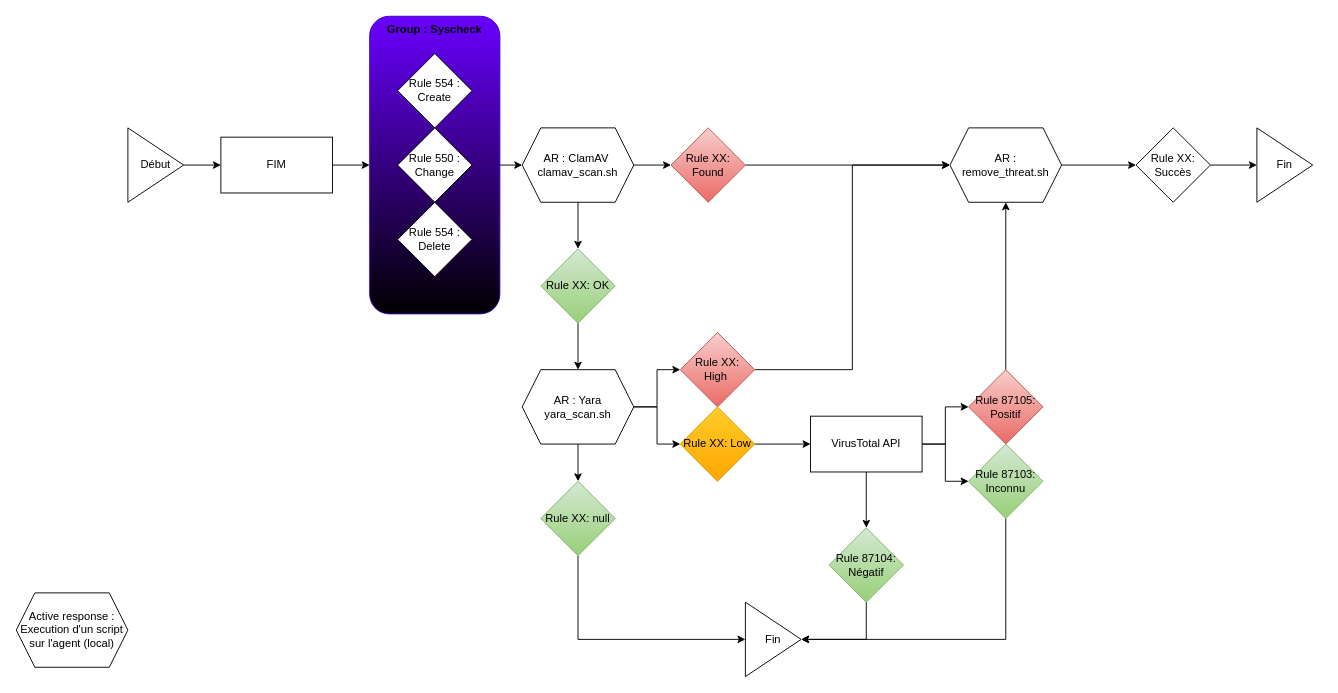
Earlier version of the draw.io diagram Wazuh.drawio (egoMasa/HomeLab). Source tidied: cells renumbered, new cells numbered last; positions are measured from the earlier drawing's top-left corner, leaving out a move shared by most shapes. Both pictures are drawn from the tidied source at 93%, with x=0, y=0 at pixel (16, 16).
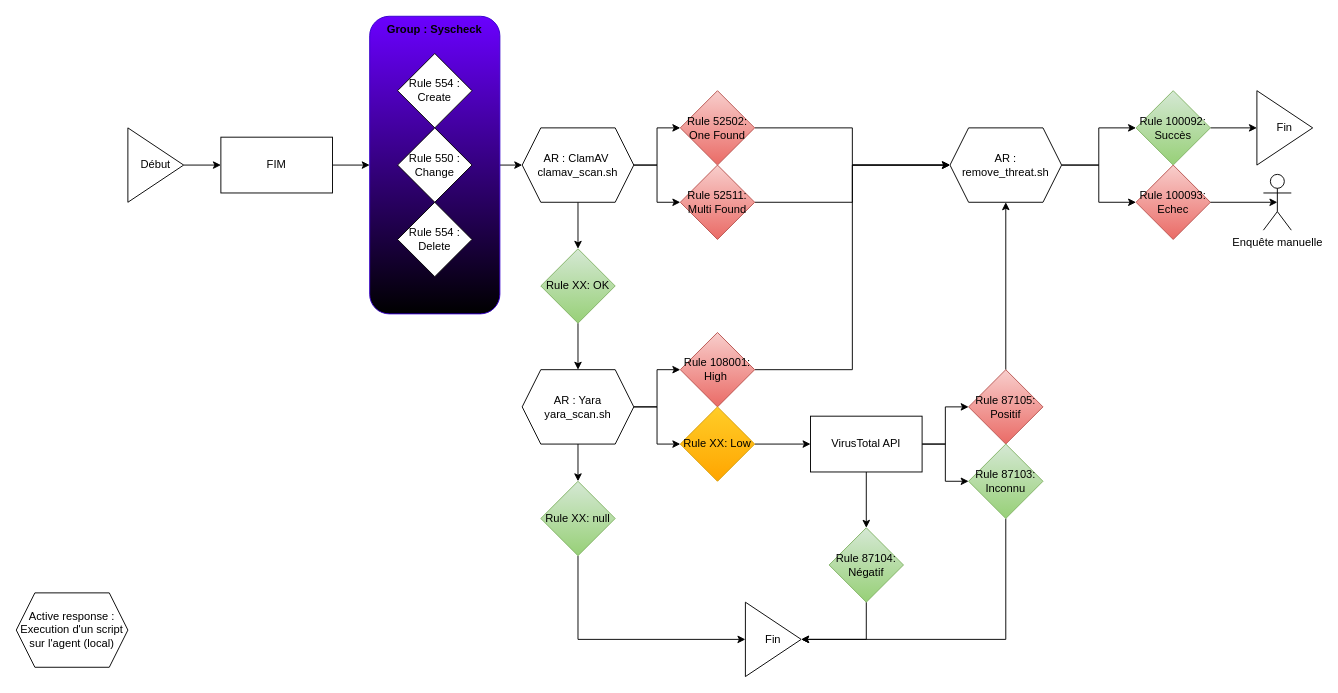
The same diagram, later.

Commit message (it also covers changes not shown here):
Mettre à jour Wazuh.drawio

Unchanged cells that the change refers to:
```xml
<mxCell id="12" value="AR : ClamAV&amp;nbsp;&lt;br&gt;clamav_scan.sh" style="shape=hexagon;perimeter=hexagonPerimeter2;whiteSpace=wrap;html=1;fixedSize=1;" parent="1" vertex="1">
  <mxGeometry x="544" y="120" width="120" height="80" as="geometry" />
</mxCell>
<mxCell id="18" value="AR : remove_threat.sh" style="shape=hexagon;perimeter=hexagonPerimeter2;whiteSpace=wrap;html=1;fixedSize=1;" parent="1" vertex="1">
  <mxGeometry x="1004" y="120" width="120" height="80" as="geometry" />
</mxCell>
```

Change to the diagram source:
```diff
@@
+    <mxCell id="46" style="edgeStyle=orthogonalEdgeStyle;rounded=0;jettySize=auto;html=1;exitX=1;exitY=0.5;exitDx=0;exitDy=0;entryX=0;entryY=0.5;entryDx=0;entryDy=0;" parent="1" edge="1" source="12" target="52">
+      <mxGeometry relative="1" as="geometry" />
+    </mxCell>
@@
-    <mxCell id="14" value="Rule XX: Found" style="rhombus;whiteSpace=wrap;html=1;fillColor=#f8cecc;strokeColor=#b85450;gradientColor=#ea6b66;" parent="1" vertex="1">
-      <mxGeometry x="704" y="120" width="80" height="80" as="geometry" />
+    <mxCell id="14" value="Rule 52502: One Found" style="rhombus;whiteSpace=wrap;html=1;fillColor=#f8cecc;strokeColor=#b85450;gradientColor=#ea6b66;" parent="1" vertex="1">
+      <mxGeometry x="714" y="80" width="80" height="80" as="geometry" />
     </mxCell>
@@
+    <mxCell id="47" style="edgeStyle=orthogonalEdgeStyle;rounded=0;jettySize=auto;html=1;exitX=1;exitY=0.5;exitDx=0;exitDy=0;entryX=0;entryY=0.5;entryDx=0;entryDy=0;" parent="1" edge="1" source="18" target="48">
+      <mxGeometry relative="1" as="geometry" />
+    </mxCell>
@@
-    <mxCell id="20" value="Rule XX: Succès" style="rhombus;whiteSpace=wrap;html=1;" parent="1" vertex="1">
-      <mxGeometry x="1204" y="120" width="80" height="80" as="geometry" />
+    <mxCell id="20" value="Rule 100092: Succès" style="rhombus;whiteSpace=wrap;html=1;fillColor=#d5e8d4;gradientColor=#97d077;strokeColor=#82b366;" parent="1" vertex="1">
+      <mxGeometry x="1204" y="80" width="80" height="80" as="geometry" />
     </mxCell>
@@
-    <mxCell id="26" value="Rule XX: High&amp;nbsp;" style="rhombus;whiteSpace=wrap;html=1;fillColor=#f8cecc;strokeColor=#b85450;gradientColor=#ea6b66;" parent="1" vertex="1">
+    <mxCell id="26" value="Rule 108001: High&amp;nbsp;" style="rhombus;whiteSpace=wrap;html=1;fillColor=#f8cecc;strokeColor=#b85450;gradientColor=#ea6b66;" parent="1" vertex="1">
       <mxGeometry x="714" y="340" width="80" height="80" as="geometry" />
     </mxCell>
@@
     <mxCell id="32" value="Fin" style="triangle;whiteSpace=wrap;html=1;" parent="1" vertex="1">
-      <mxGeometry x="1334" y="120" width="60" height="80" as="geometry" />
+      <mxGeometry x="1334" y="80" width="60" height="80" as="geometry" />
     </mxCell>
@@
+    <mxCell id="48" value="Rule 100093: Echec" style="rhombus;whiteSpace=wrap;html=1;fillColor=#f8cecc;gradientColor=#ea6b66;strokeColor=#b85450;" parent="1" vertex="1">
+      <mxGeometry x="1204" y="160" width="80" height="80" as="geometry" />
+    </mxCell>
+    <mxCell id="49" value="Enquête manuelle" style="shape=umlActor;verticalLabelPosition=bottom;verticalAlign=top;html=1;outlineConnect=0;" parent="1" vertex="1">
+      <mxGeometry x="1341" y="170" width="30" height="60" as="geometry" />
+    </mxCell>
+    <mxCell id="50" style="edgeStyle=orthogonalEdgeStyle;rounded=0;jettySize=auto;html=1;exitX=1;exitY=0.5;exitDx=0;exitDy=0;entryX=0.5;entryY=0.5;entryDx=0;entryDy=0;entryPerimeter=0;" parent="1" edge="1" source="48" target="49">
+      <mxGeometry relative="1" as="geometry" />
+    </mxCell>
+    <mxCell id="51" style="edgeStyle=orthogonalEdgeStyle;rounded=0;jettySize=auto;html=1;exitX=1;exitY=0.5;exitDx=0;exitDy=0;entryX=0;entryY=0.5;entryDx=0;entryDy=0;" parent="1" edge="1" source="52" target="18">
+      <mxGeometry relative="1" as="geometry" />
+    </mxCell>
+    <mxCell id="52" value="Rule 52511: Multi Found" style="rhombus;whiteSpace=wrap;html=1;fillColor=#f8cecc;strokeColor=#b85450;gradientColor=#ea6b66;" parent="1" vertex="1">
+      <mxGeometry x="714" y="160" width="80" height="80" as="geometry" />
+    </mxCell>
```
